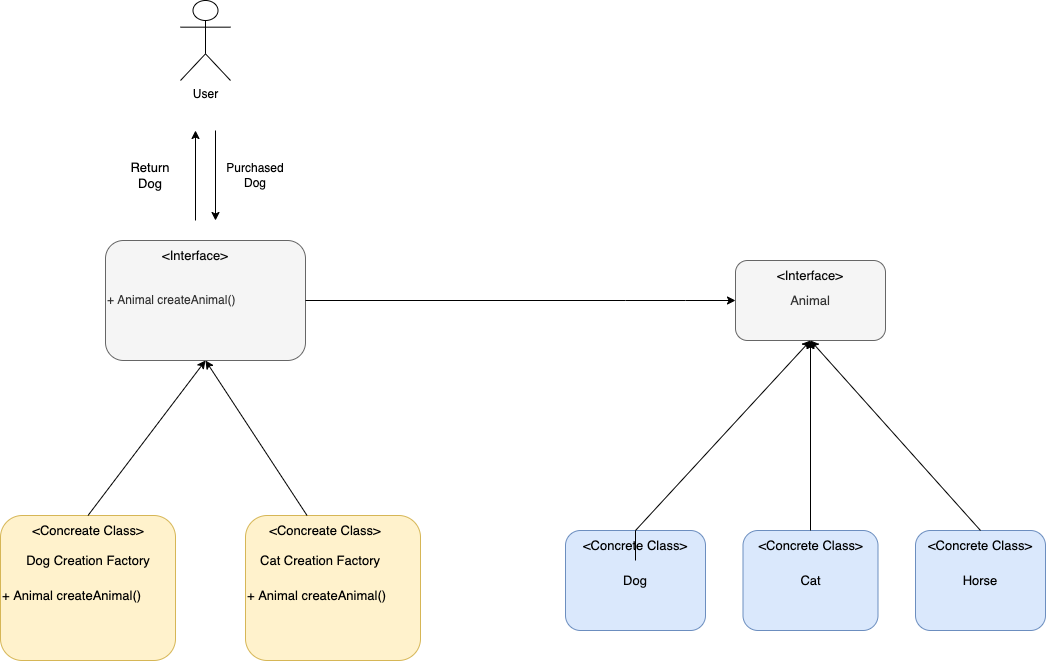
namansisodiarajput/designpatterns keeps this draw.io diagram as creational/FactoryMethod/Design.png. Above is the earlier version. Source tidied: cells renumbered, new cells last; positions are measured from the earlier drawing's top-left corner, leaving out a move shared by most shapes.
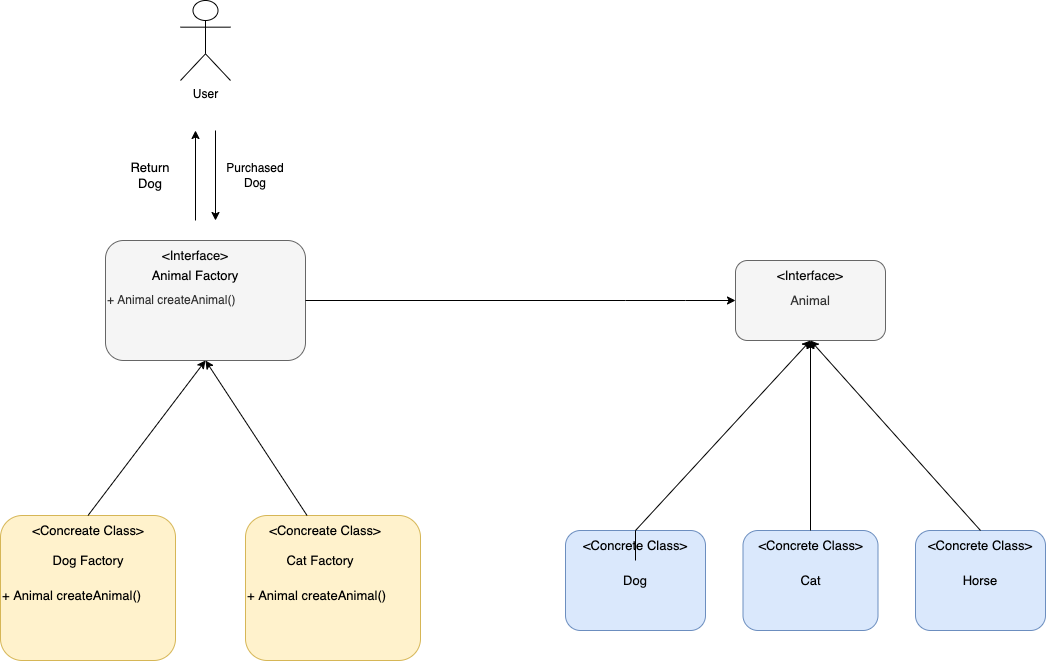
After the change.

Commit message:
added factory method code

Diff of the diagram source:
```diff
@@ -76,7 +76,7 @@
     <mxCell id="22" value="&amp;lt;Concreate Class&amp;gt;" style="text;html=1;strokeColor=none;fillColor=none;align=center;verticalAlign=middle;whiteSpace=wrap;rounded=0;fontSize=13;fontColor=#000000;" parent="1" vertex="1">
       <mxGeometry x="12.5" y="515" width="150" height="30" as="geometry" />
     </mxCell>
-    <mxCell id="23" value="Dog Creation Factory" style="text;html=1;strokeColor=none;fillColor=none;align=center;verticalAlign=middle;whiteSpace=wrap;rounded=0;fontSize=13;fontColor=#000000;" parent="1" vertex="1">
+    <mxCell id="23" value="Dog Factory" style="text;html=1;strokeColor=none;fillColor=none;align=center;verticalAlign=middle;whiteSpace=wrap;rounded=0;fontSize=13;fontColor=#000000;" parent="1" vertex="1">
       <mxGeometry x="12.5" y="545" width="150" height="30" as="geometry" />
     </mxCell>
     <mxCell id="24" value="+ Animal createAnimal()" style="text;html=1;strokeColor=none;fillColor=none;align=left;verticalAlign=middle;whiteSpace=wrap;rounded=0;fontSize=13;fontColor=#000000;" parent="1" vertex="1">
@@ -85,7 +85,7 @@
     <mxCell id="25" style="rounded=1;whiteSpace=wrap;html=1;fontSize=13;fillColor=#fff2cc;strokeColor=#d6b656;" parent="1" vertex="1">
       <mxGeometry x="245" y="515" width="175" height="145" as="geometry" />
     </mxCell>
-    <mxCell id="26" value="Cat Creation Factory" style="text;html=1;strokeColor=none;fillColor=none;align=center;verticalAlign=middle;whiteSpace=wrap;rounded=0;fontSize=13;fontColor=#000000;" parent="1" vertex="1">
+    <mxCell id="26" value="Cat Factory" style="text;html=1;strokeColor=none;fillColor=none;align=center;verticalAlign=middle;whiteSpace=wrap;rounded=0;fontSize=13;fontColor=#000000;" parent="1" vertex="1">
       <mxGeometry x="245" y="545" width="150" height="30" as="geometry" />
     </mxCell>
     <mxCell id="27" value="&amp;lt;Concreate Class&amp;gt;" style="text;html=1;strokeColor=none;fillColor=none;align=center;verticalAlign=middle;whiteSpace=wrap;rounded=0;fontSize=13;fontColor=#000000;" parent="1" vertex="1">
@@ -105,5 +105,8 @@
     <mxCell id="31" value="&amp;lt;Interface&amp;gt;" style="text;html=1;strokeColor=none;fillColor=none;align=center;verticalAlign=middle;whiteSpace=wrap;rounded=0;fontSize=13;fontColor=#0A0A0A;" parent="1" vertex="1">
       <mxGeometry x="165" y="240" width="60" height="30" as="geometry" />
     </mxCell>
+    <mxCell id="32" value="Animal Factory" style="text;html=1;strokeColor=none;fillColor=none;align=center;verticalAlign=middle;whiteSpace=wrap;rounded=0;fontSize=13;fontColor=#000000;" parent="1" vertex="1">
+      <mxGeometry x="120" y="260" width="150" height="30" as="geometry" />
+    </mxCell>
   </root>
 </mxGraphModel>
```
